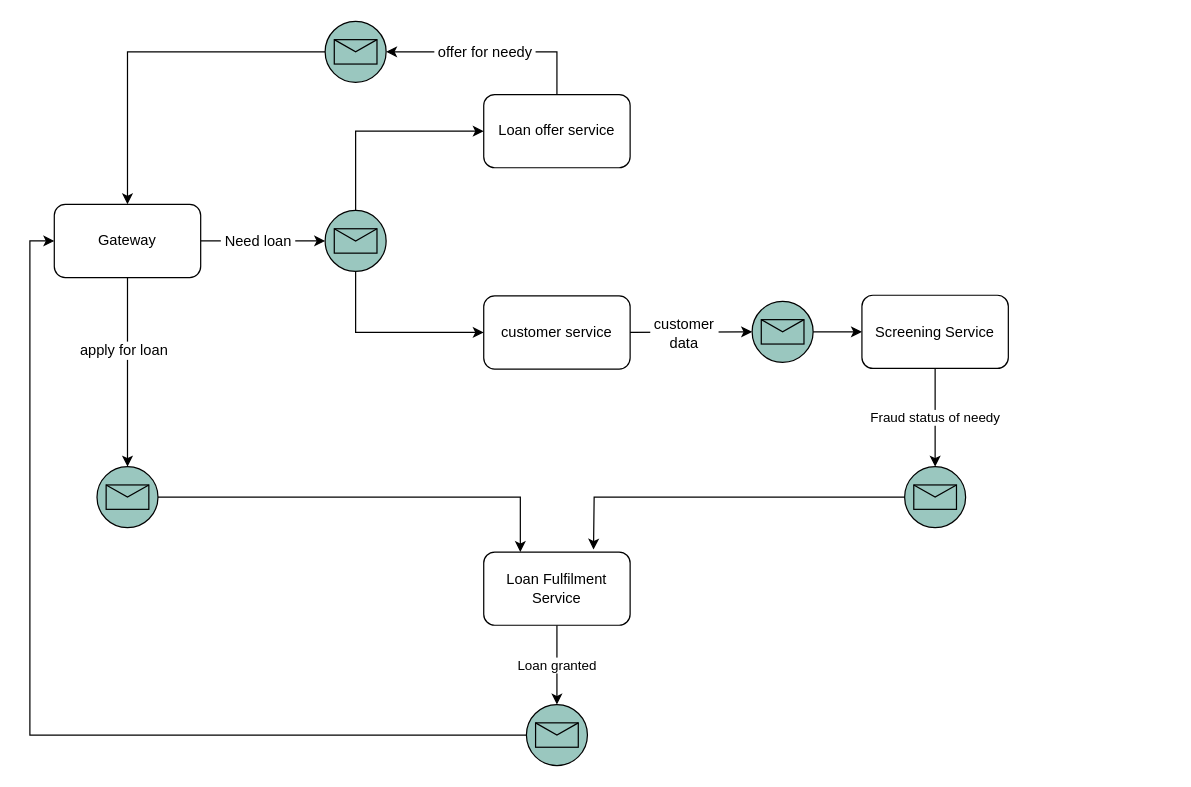
Above: docs/LoanFulfilment.drawio in loanfulfilment/commons (draw.io), before the change. Source tidied: cells renumbered, new cells numbered last; positions are measured from the earlier drawing's top-left corner, leaving out a move shared by most shapes. Both pictures are drawn from the tidied source at 122%, with x=0, y=0 at pixel (54, 21).
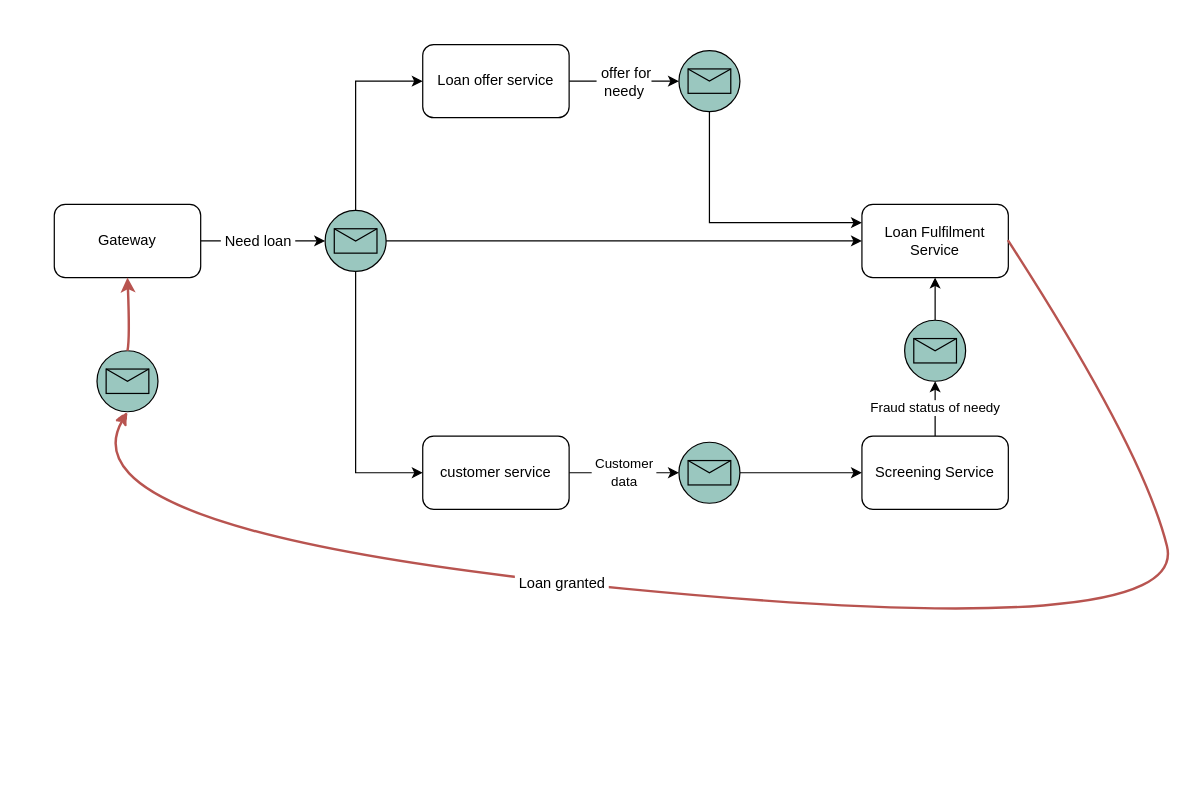
The same diagram, later.

Unchanged cells that the change refers to:
```xml
<mxCell id="9" value="Gateway" style="rounded=1;whiteSpace=wrap;html=1;" parent="1" vertex="1">
  <mxGeometry y="150" width="120" height="60" as="geometry" />
</mxCell>
<mxCell id="17" style="shape=mxgraph.bpmn.shape;html=1;verticalLabelPosition=bottom;labelBackgroundColor=#ffffff;verticalAlign=top;align=center;perimeter=ellipsePerimeter;outlineConnect=0;outline=standard;symbol=message;fillColor=#9AC7BF;" parent="1" vertex="1">
  <mxGeometry x="222" y="155" width="50" height="50" as="geometry" />
</mxCell>
```

Change to the diagram source:
```diff
@@
-    <mxCell id="2" style="edgeStyle=orthogonalEdgeStyle;rounded=0;jettySize=auto;html=1;entryX=1;entryY=0.5;entryDx=0;entryDy=0;exitX=0.5;exitY=0;exitDx=0;exitDy=0;" parent="1" edge="1" source="4" target="20">
+    <mxCell id="2" style="edgeStyle=orthogonalEdgeStyle;rounded=0;jettySize=auto;html=1;entryX=0;entryY=0.5;entryDx=0;entryDy=0;exitX=1;exitY=0.5;exitDx=0;exitDy=0;" parent="1" edge="1" source="4" target="20">
       <mxGeometry relative="1" as="geometry" />
     </mxCell>
-    <mxCell id="3" value="&amp;nbsp;offer for needy&amp;nbsp;" style="text;html=1;align=center;verticalAlign=middle;labelBackgroundColor=#ffffff;" parent="2" vertex="1">
+    <mxCell id="3" value="&amp;nbsp;offer for&lt;br&gt;&amp;nbsp;needy&amp;nbsp;" style="text;html=1;align=center;verticalAlign=middle;labelBackgroundColor=#ffffff;" parent="2" vertex="1">
       <mxGeometry x="0.31" relative="1" as="geometry">
-        <mxPoint x="20.5" y="0.5" as="offset" />
+        <mxPoint x="-15" as="offset" />
       </mxGeometry>
     </mxCell>
     <mxCell id="4" value="Loan offer service" style="rounded=1;whiteSpace=wrap;html=1;" parent="1" vertex="1">
-      <mxGeometry x="352" y="60" width="120" height="60" as="geometry" />
+      <mxGeometry x="302" y="19" width="120" height="60" as="geometry" />
     </mxCell>
@@
-    <mxCell id="7" style="edgeStyle=orthogonalEdgeStyle;rounded=0;jettySize=auto;html=1;" parent="1" edge="1" source="9" target="24">
-      <mxGeometry relative="1" as="geometry">
-        <Array as="points">
-          <mxPoint x="60" y="230" />
-          <mxPoint x="60" y="230" />
-        </Array>
-      </mxGeometry>
-    </mxCell>
-    <mxCell id="8" value="apply for loan" style="text;html=1;align=center;verticalAlign=middle;labelBackgroundColor=#ffffff;" parent="7" vertex="1">
-      <mxGeometry x="-0.24" y="-4" relative="1" as="geometry" />
-    </mxCell>
@@
+    <mxCell id="28" value="&amp;nbsp;Customer&amp;nbsp;&lt;br&gt;data" style="edgeStyle=orthogonalEdgeStyle;rounded=0;jettySize=auto;html=1;entryX=0;entryY=0.5;entryDx=0;entryDy=0;" parent="1" edge="1" source="10" target="27">
+      <mxGeometry relative="1" as="geometry" />
+    </mxCell>
     <mxCell id="10" value="customer service" style="rounded=1;whiteSpace=wrap;html=1;" parent="1" vertex="1">
-      <mxGeometry x="352" y="225" width="120" height="60" as="geometry" />
+      <mxGeometry x="302" y="340" width="120" height="60" as="geometry" />
     </mxCell>
@@
     <mxCell id="12" value="Screening Service" style="rounded=1;whiteSpace=wrap;html=1;" parent="1" vertex="1">
-      <mxGeometry x="662" y="224.5" width="120" height="60" as="geometry" />
+      <mxGeometry x="662" y="340" width="120" height="60" as="geometry" />
     </mxCell>
-    <mxCell id="13" value="Loan granted" style="edgeStyle=orthogonalEdgeStyle;rounded=0;jettySize=auto;html=1;" parent="1" edge="1" source="14" target="26">
-      <mxGeometry relative="1" as="geometry" />
-    </mxCell>
+    <mxCell id="30" style="edgeStyle=orthogonalEdgeStyle;rounded=0;jettySize=auto;html=1;entryX=0.5;entryY=0;entryDx=0;entryDy=0;startArrow=classic;startFill=1;endArrow=none;endFill=0;" parent="1" edge="1" source="14" target="22">
+      <mxGeometry relative="1" as="geometry" />
+    </mxCell>
     <mxCell id="14" value="Loan Fulfilment &lt;br&gt;Service" style="rounded=1;whiteSpace=wrap;html=1;" parent="1" vertex="1">
-      <mxGeometry x="352" y="435" width="120" height="60" as="geometry" />
+      <mxGeometry x="662" y="150" width="120" height="60" as="geometry" />
     </mxCell>
@@
+    <mxCell id="31" style="edgeStyle=orthogonalEdgeStyle;rounded=0;jettySize=auto;html=1;entryX=0;entryY=0.5;entryDx=0;entryDy=0;exitX=1;exitY=0.5;exitDx=0;exitDy=0;" parent="1" edge="1" source="17" target="14">
+      <mxGeometry relative="1" as="geometry" />
+    </mxCell>
@@
-    <mxCell id="19" style="edgeStyle=orthogonalEdgeStyle;rounded=0;jettySize=auto;html=1;entryX=0.5;entryY=0;entryDx=0;entryDy=0;" parent="1" edge="1" source="20" target="9">
-      <mxGeometry x="-0.5" relative="1" as="geometry" />
-    </mxCell>
+    <mxCell id="32" style="edgeStyle=orthogonalEdgeStyle;rounded=0;jettySize=auto;html=1;entryX=0;entryY=0.25;entryDx=0;entryDy=0;startArrow=none;startFill=0;endArrow=classic;endFill=1;" parent="1" edge="1" source="20" target="14">
+      <mxGeometry relative="1" as="geometry">
+        <Array as="points">
+          <mxPoint x="537" y="165" />
+        </Array>
+      </mxGeometry>
+    </mxCell>
     <mxCell id="20" style="shape=mxgraph.bpmn.shape;html=1;verticalLabelPosition=bottom;labelBackgroundColor=#ffffff;verticalAlign=top;align=center;perimeter=ellipsePerimeter;outlineConnect=0;outline=standard;symbol=message;fillColor=#9AC7BF;" parent="1" vertex="1">
-      <mxGeometry x="222" width="50" height="50" as="geometry" />
+      <mxGeometry x="512" y="24" width="50" height="50" as="geometry" />
     </mxCell>
-    <mxCell id="21" style="edgeStyle=orthogonalEdgeStyle;rounded=0;jettySize=auto;html=1;exitX=0;exitY=0.5;exitDx=0;exitDy=0;" parent="1" edge="1" source="22">
-      <mxGeometry relative="1" as="geometry">
-        <mxPoint x="442" y="433" as="targetPoint" />
-      </mxGeometry>
-    </mxCell>
     <mxCell id="22" style="shape=mxgraph.bpmn.shape;html=1;verticalLabelPosition=bottom;labelBackgroundColor=#ffffff;verticalAlign=top;align=center;perimeter=ellipsePerimeter;outlineConnect=0;outline=standard;symbol=message;fillColor=#9AC7BF;" parent="1" vertex="1">
-      <mxGeometry x="697" y="365" width="50" height="50" as="geometry" />
+      <mxGeometry x="697" y="245" width="50" height="50" as="geometry" />
     </mxCell>
-    <mxCell id="23" style="edgeStyle=orthogonalEdgeStyle;rounded=0;jettySize=auto;html=1;entryX=0.25;entryY=0;entryDx=0;entryDy=0;exitX=1;exitY=0.5;exitDx=0;exitDy=0;" parent="1" edge="1" source="24" target="14">
-      <mxGeometry relative="1" as="geometry" />
-    </mxCell>
-    <mxCell id="24" style="shape=mxgraph.bpmn.shape;html=1;verticalLabelPosition=bottom;labelBackgroundColor=#ffffff;verticalAlign=top;align=center;perimeter=ellipsePerimeter;outlineConnect=0;outline=standard;symbol=message;fillColor=#9AC7BF;" parent="1" vertex="1">
-      <mxGeometry x="35" y="365" width="50" height="50" as="geometry" />
-    </mxCell>
-    <mxCell id="25" style="edgeStyle=orthogonalEdgeStyle;rounded=0;jettySize=auto;html=1;entryX=0;entryY=0.5;entryDx=0;entryDy=0;" parent="1" edge="1" source="26" target="9">
-      <mxGeometry relative="1" as="geometry" />
-    </mxCell>
     <mxCell id="26" style="shape=mxgraph.bpmn.shape;html=1;verticalLabelPosition=bottom;labelBackgroundColor=#ffffff;verticalAlign=top;align=center;perimeter=ellipsePerimeter;outlineConnect=0;outline=standard;symbol=message;fillColor=#9AC7BF;" parent="1" vertex="1">
-      <mxGeometry x="387" y="560" width="50" height="50" as="geometry" />
+      <mxGeometry x="35" y="270" width="50" height="50" as="geometry" />
     </mxCell>
     <mxCell id="27" style="shape=mxgraph.bpmn.shape;html=1;verticalLabelPosition=bottom;labelBackgroundColor=#ffffff;verticalAlign=top;align=center;perimeter=ellipsePerimeter;outlineConnect=0;outline=standard;symbol=message;fillColor=#9AC7BF;" parent="1" vertex="1">
-      <mxGeometry x="572" y="229.5" width="50" height="50" as="geometry" />
+      <mxGeometry x="512" y="345" width="50" height="50" as="geometry" />
     </mxCell>
-    <mxCell id="28" style="edgeStyle=orthogonalEdgeStyle;rounded=0;jettySize=auto;html=1;exitX=1;exitY=0.5;exitDx=0;exitDy=0;entryX=0;entryY=0.5;entryDx=0;entryDy=0;" parent="1" edge="1" source="10" target="27">
-      <mxGeometry relative="1" as="geometry">
-        <Array as="points">
-          <mxPoint x="472" y="254" />
-        </Array>
-      </mxGeometry>
-    </mxCell>
-    <mxCell id="29" value="&amp;nbsp;customer&amp;nbsp;&lt;br&gt;data" style="text;html=1;align=center;verticalAlign=middle;labelBackgroundColor=#ffffff;" parent="28" vertex="1">
-      <mxGeometry x="-0.25" y="-1" relative="1" as="geometry">
-        <mxPoint x="5" as="offset" />
-      </mxGeometry>
-    </mxCell>
+    <mxCell id="25" style="curved=1;endArrow=classic;html=1;exitX=0.5;exitY=0;exitDx=0;exitDy=0;entryX=0.5;entryY=1;entryDx=0;entryDy=0;fillColor=#f8cecc;strokeColor=#b85450;strokeWidth=2;" parent="1" edge="1" source="26" target="9">
+      <mxGeometry relative="1" as="geometry">
+        <Array as="points">
+          <mxPoint x="62" y="260" />
+        </Array>
+      </mxGeometry>
+    </mxCell>
+    <mxCell id="33" style="curved=1;endArrow=classic;html=1;exitX=1;exitY=0.5;exitDx=0;exitDy=0;entryX=0.5;entryY=1;entryDx=0;entryDy=0;fillColor=#f8cecc;strokeColor=#b85450;shadow=0;comic=1;strokeWidth=2;" parent="1" edge="1" source="14" target="26">
+      <mxGeometry relative="1" as="geometry">
+        <Array as="points">
+          <mxPoint x="892" y="350" />
+          <mxPoint x="932" y="510" />
+          <mxPoint x="2" y="420" />
+        </Array>
+      </mxGeometry>
+    </mxCell>
+    <mxCell id="13" value="&amp;nbsp;Loan granted&amp;nbsp;" style="text;html=1;align=center;verticalAlign=middle;labelBackgroundColor=#ffffff;" parent="33" vertex="1">
+      <mxGeometry x="0.25" relative="1" as="geometry" />
+    </mxCell>
```
